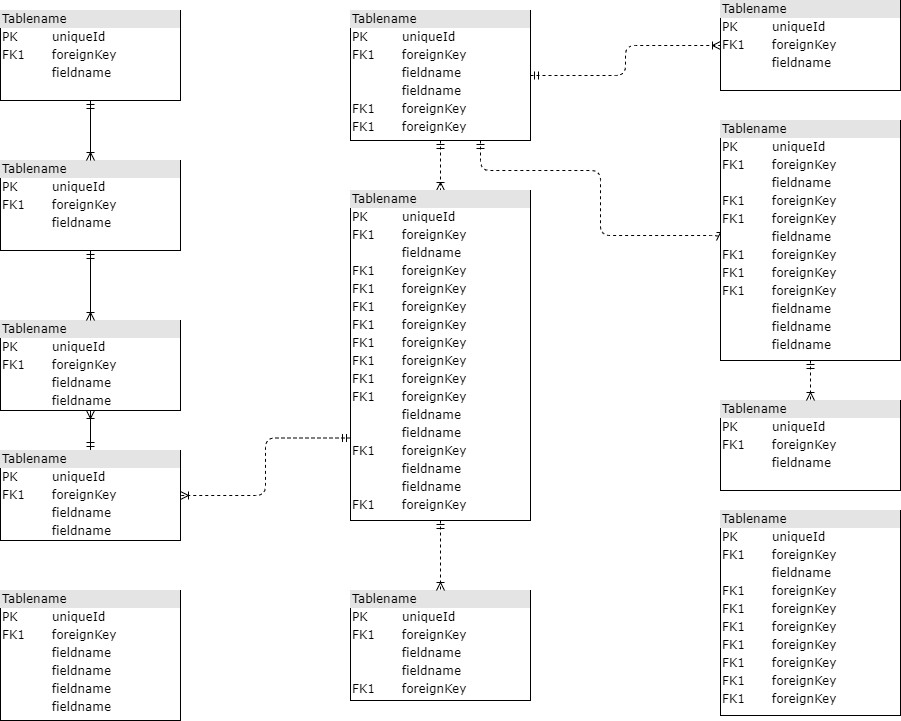
sheensantoscapadngan/auto-calendar keeps this draw.io diagram as db_schema.png. Above is the earlier version. Source tidied: cells renumbered, new cells last; positions are measured from the earlier drawing's top-left corner, leaving out a move shared by most shapes.
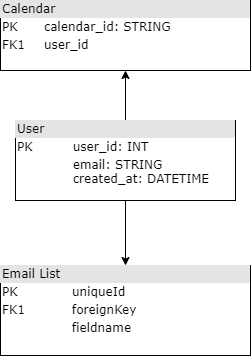
After the commit.

Diff of the diagram source:
```diff
@@ -2,74 +2,20 @@
   <root>
     <mxCell id="0" />
     <mxCell id="1" parent="0" />
-    <mxCell id="2" value="&lt;div style=&quot;box-sizing:border-box;width:100%;background:#e4e4e4;padding:2px;&quot;&gt;Tablename&lt;/div&gt;&lt;table style=&quot;width:100%;font-size:1em;&quot; cellpadding=&quot;2&quot; cellspacing=&quot;0&quot;&gt;&lt;tr&gt;&lt;td&gt;PK&lt;/td&gt;&lt;td&gt;uniqueId&lt;/td&gt;&lt;/tr&gt;&lt;tr&gt;&lt;td&gt;FK1&lt;/td&gt;&lt;td&gt;foreignKey&lt;/td&gt;&lt;/tr&gt;&lt;tr&gt;&lt;td&gt;&lt;/td&gt;&lt;td&gt;fieldname&lt;/td&gt;&lt;/tr&gt;&lt;/table&gt;" style="verticalAlign=top;align=left;overflow=fill;html=1;rounded=0;shadow=0;comic=0;labelBackgroundColor=none;strokeWidth=1;fontFamily=Verdana;fontSize=12;" parent="1" vertex="1">
-      <mxGeometry y="10" width="180" height="90" as="geometry" />
-    </mxCell>
-    <mxCell id="3" style="edgeStyle=orthogonalEdgeStyle;html=1;entryX=0.5;entryY=0;dashed=1;labelBackgroundColor=none;startArrow=ERmandOne;endArrow=ERoneToMany;fontFamily=Verdana;fontSize=12;align=left;" parent="1" edge="1" source="6" target="16">
-      <mxGeometry relative="1" as="geometry" />
-    </mxCell>
-    <mxCell id="4" style="edgeStyle=orthogonalEdgeStyle;html=1;dashed=1;labelBackgroundColor=none;startArrow=ERmandOne;endArrow=ERoneToMany;fontFamily=Verdana;fontSize=12;align=left;entryX=0;entryY=0.5;" parent="1" edge="1" source="6" target="19">
-      <mxGeometry relative="1" as="geometry">
-        <Array as="points">
-          <mxPoint x="480" y="170" />
-          <mxPoint x="600" y="170" />
-          <mxPoint x="600" y="235" />
-        </Array>
-      </mxGeometry>
-    </mxCell>
-    <mxCell id="5" style="edgeStyle=orthogonalEdgeStyle;html=1;dashed=1;labelBackgroundColor=none;startArrow=ERmandOne;endArrow=ERoneToMany;fontFamily=Verdana;fontSize=12;align=left;" parent="1" edge="1" source="6" target="20">
-      <mxGeometry relative="1" as="geometry" />
-    </mxCell>
-    <mxCell id="6" value="&lt;div style=&quot;box-sizing: border-box ; width: 100% ; background: #e4e4e4 ; padding: 2px&quot;&gt;Tablename&lt;/div&gt;&lt;table style=&quot;width: 100% ; font-size: 1em&quot; cellpadding=&quot;2&quot; cellspacing=&quot;0&quot;&gt;&lt;tbody&gt;&lt;tr&gt;&lt;td&gt;PK&lt;/td&gt;&lt;td&gt;uniqueId&lt;/td&gt;&lt;/tr&gt;&lt;tr&gt;&lt;td&gt;FK1&lt;/td&gt;&lt;td&gt;foreignKey&lt;/td&gt;&lt;/tr&gt;&lt;tr&gt;&lt;td&gt;&lt;/td&gt;&lt;td&gt;fieldname&lt;/td&gt;&lt;/tr&gt;&lt;tr&gt;&lt;td&gt;&lt;br&gt;&lt;/td&gt;&lt;td&gt;fieldname&lt;br&gt;&lt;/td&gt;&lt;/tr&gt;&lt;tr&gt;&lt;td&gt;FK1&lt;br&gt;&lt;/td&gt;&lt;td&gt;foreignKey&lt;br&gt;&lt;/td&gt;&lt;/tr&gt;&lt;tr&gt;&lt;td&gt;FK1&lt;br&gt;&lt;/td&gt;&lt;td&gt;foreignKey&lt;br&gt;&lt;/td&gt;&lt;/tr&gt;&lt;/tbody&gt;&lt;/table&gt;" style="verticalAlign=top;align=left;overflow=fill;html=1;rounded=0;shadow=0;comic=0;labelBackgroundColor=none;strokeWidth=1;fontFamily=Verdana;fontSize=12;" parent="1" vertex="1">
-      <mxGeometry x="350" y="10" width="180" height="130" as="geometry" />
-    </mxCell>
-    <mxCell id="7" style="edgeStyle=orthogonalEdgeStyle;html=1;labelBackgroundColor=none;startArrow=ERmandOne;endArrow=ERoneToMany;fontFamily=Verdana;fontSize=12;align=left;" parent="1" edge="1" source="9" target="10">
-      <mxGeometry relative="1" as="geometry" />
-    </mxCell>
-    <mxCell id="8" style="edgeStyle=orthogonalEdgeStyle;html=1;exitX=0;exitY=0.75;entryX=1;entryY=0.5;dashed=1;labelBackgroundColor=none;startArrow=ERmandOne;endArrow=ERoneToMany;fontFamily=Verdana;fontSize=12;align=left;" parent="1" edge="1" source="16" target="9">
-      <mxGeometry relative="1" as="geometry" />
-    </mxCell>
-    <mxCell id="9" value="&lt;div style=&quot;box-sizing: border-box ; width: 100% ; background: #e4e4e4 ; padding: 2px&quot;&gt;Tablename&lt;/div&gt;&lt;table style=&quot;width: 100% ; font-size: 1em&quot; cellpadding=&quot;2&quot; cellspacing=&quot;0&quot;&gt;&lt;tbody&gt;&lt;tr&gt;&lt;td&gt;PK&lt;/td&gt;&lt;td&gt;uniqueId&lt;/td&gt;&lt;/tr&gt;&lt;tr&gt;&lt;td&gt;FK1&lt;/td&gt;&lt;td&gt;foreignKey&lt;/td&gt;&lt;/tr&gt;&lt;tr&gt;&lt;td&gt;&lt;/td&gt;&lt;td&gt;fieldname&lt;/td&gt;&lt;/tr&gt;&lt;tr&gt;&lt;td&gt;&lt;br&gt;&lt;/td&gt;&lt;td&gt;fieldname&lt;br&gt;&lt;/td&gt;&lt;/tr&gt;&lt;/tbody&gt;&lt;/table&gt;" style="verticalAlign=top;align=left;overflow=fill;html=1;rounded=0;shadow=0;comic=0;labelBackgroundColor=none;strokeWidth=1;fontFamily=Verdana;fontSize=12;" parent="1" vertex="1">
-      <mxGeometry y="450" width="180" height="90" as="geometry" />
-    </mxCell>
-    <mxCell id="10" value="&lt;div style=&quot;box-sizing: border-box ; width: 100% ; background: #e4e4e4 ; padding: 2px&quot;&gt;Tablename&lt;/div&gt;&lt;table style=&quot;width: 100% ; font-size: 1em&quot; cellpadding=&quot;2&quot; cellspacing=&quot;0&quot;&gt;&lt;tbody&gt;&lt;tr&gt;&lt;td&gt;PK&lt;/td&gt;&lt;td&gt;uniqueId&lt;/td&gt;&lt;/tr&gt;&lt;tr&gt;&lt;td&gt;FK1&lt;/td&gt;&lt;td&gt;foreignKey&lt;/td&gt;&lt;/tr&gt;&lt;tr&gt;&lt;td&gt;&lt;/td&gt;&lt;td&gt;fieldname&lt;/td&gt;&lt;/tr&gt;&lt;tr&gt;&lt;td&gt;&lt;br&gt;&lt;/td&gt;&lt;td&gt;fieldname&lt;br&gt;&lt;/td&gt;&lt;/tr&gt;&lt;/tbody&gt;&lt;/table&gt;" style="verticalAlign=top;align=left;overflow=fill;html=1;rounded=0;shadow=0;comic=0;labelBackgroundColor=none;strokeWidth=1;fontFamily=Verdana;fontSize=12;" parent="1" vertex="1">
-      <mxGeometry y="320" width="180" height="90" as="geometry" />
-    </mxCell>
-    <mxCell id="11" style="edgeStyle=orthogonalEdgeStyle;html=1;entryX=0.5;entryY=0;labelBackgroundColor=none;startArrow=ERmandOne;endArrow=ERoneToMany;fontFamily=Verdana;fontSize=12;align=left;" parent="1" edge="1" source="12" target="10">
-      <mxGeometry relative="1" as="geometry" />
-    </mxCell>
-    <mxCell id="12" value="&lt;div style=&quot;box-sizing:border-box;width:100%;background:#e4e4e4;padding:2px;&quot;&gt;Tablename&lt;/div&gt;&lt;table style=&quot;width:100%;font-size:1em;&quot; cellpadding=&quot;2&quot; cellspacing=&quot;0&quot;&gt;&lt;tr&gt;&lt;td&gt;PK&lt;/td&gt;&lt;td&gt;uniqueId&lt;/td&gt;&lt;/tr&gt;&lt;tr&gt;&lt;td&gt;FK1&lt;/td&gt;&lt;td&gt;foreignKey&lt;/td&gt;&lt;/tr&gt;&lt;tr&gt;&lt;td&gt;&lt;/td&gt;&lt;td&gt;fieldname&lt;/td&gt;&lt;/tr&gt;&lt;/table&gt;" style="verticalAlign=top;align=left;overflow=fill;html=1;rounded=0;shadow=0;comic=0;labelBackgroundColor=none;strokeWidth=1;fontFamily=Verdana;fontSize=12;" parent="1" vertex="1">
-      <mxGeometry y="160" width="180" height="90" as="geometry" />
-    </mxCell>
-    <mxCell id="13" value="&lt;div style=&quot;box-sizing: border-box ; width: 100% ; background: #e4e4e4 ; padding: 2px&quot;&gt;Tablename&lt;/div&gt;&lt;table style=&quot;width: 100% ; font-size: 1em&quot; cellpadding=&quot;2&quot; cellspacing=&quot;0&quot;&gt;&lt;tbody&gt;&lt;tr&gt;&lt;td&gt;PK&lt;/td&gt;&lt;td&gt;uniqueId&lt;/td&gt;&lt;/tr&gt;&lt;tr&gt;&lt;td&gt;FK1&lt;/td&gt;&lt;td&gt;foreignKey&lt;/td&gt;&lt;/tr&gt;&lt;tr&gt;&lt;td&gt;&lt;/td&gt;&lt;td&gt;fieldname&lt;/td&gt;&lt;/tr&gt;&lt;tr&gt;&lt;td&gt;FK1&lt;br&gt;&lt;/td&gt;&lt;td&gt;foreignKey&lt;br&gt;&lt;/td&gt;&lt;/tr&gt;&lt;tr&gt;&lt;td&gt;FK1&lt;br&gt;&lt;/td&gt;&lt;td&gt;foreignKey&lt;br&gt;&lt;/td&gt;&lt;/tr&gt;&lt;tr&gt;&lt;td&gt;FK1&lt;br&gt;&lt;/td&gt;&lt;td&gt;foreignKey&lt;br&gt;&lt;/td&gt;&lt;/tr&gt;&lt;tr&gt;&lt;td&gt;FK1&lt;br&gt;&lt;/td&gt;&lt;td&gt;foreignKey&lt;br&gt;&lt;/td&gt;&lt;/tr&gt;&lt;tr&gt;&lt;td&gt;FK1&lt;br&gt;&lt;/td&gt;&lt;td&gt;foreignKey&lt;br&gt;&lt;/td&gt;&lt;/tr&gt;&lt;tr&gt;&lt;td&gt;FK1&lt;br&gt;&lt;/td&gt;&lt;td&gt;foreignKey&lt;br&gt;&lt;/td&gt;&lt;/tr&gt;&lt;tr&gt;&lt;td&gt;FK1&lt;br&gt;&lt;/td&gt;&lt;td&gt;foreignKey&lt;br&gt;&lt;/td&gt;&lt;/tr&gt;&lt;/tbody&gt;&lt;/table&gt;" style="verticalAlign=top;align=left;overflow=fill;html=1;rounded=0;shadow=0;comic=0;labelBackgroundColor=none;strokeWidth=1;fontFamily=Verdana;fontSize=12;" parent="1" vertex="1">
-      <mxGeometry x="720" y="510" width="180" height="205" as="geometry" />
-    </mxCell>
-    <mxCell id="14" value="&lt;div style=&quot;box-sizing: border-box ; width: 100% ; background: #e4e4e4 ; padding: 2px&quot;&gt;Tablename&lt;/div&gt;&lt;table style=&quot;width: 100% ; font-size: 1em&quot; cellpadding=&quot;2&quot; cellspacing=&quot;0&quot;&gt;&lt;tbody&gt;&lt;tr&gt;&lt;td&gt;PK&lt;/td&gt;&lt;td&gt;uniqueId&lt;/td&gt;&lt;/tr&gt;&lt;tr&gt;&lt;td&gt;FK1&lt;/td&gt;&lt;td&gt;foreignKey&lt;/td&gt;&lt;/tr&gt;&lt;tr&gt;&lt;td&gt;&lt;/td&gt;&lt;td&gt;fieldname&lt;/td&gt;&lt;/tr&gt;&lt;tr&gt;&lt;td&gt;&lt;br&gt;&lt;/td&gt;&lt;td&gt;fieldname&lt;br&gt;&lt;/td&gt;&lt;/tr&gt;&lt;tr&gt;&lt;td&gt;FK1&lt;br&gt;&lt;/td&gt;&lt;td&gt;foreignKey&lt;br&gt;&lt;/td&gt;&lt;/tr&gt;&lt;/tbody&gt;&lt;/table&gt;" style="verticalAlign=top;align=left;overflow=fill;html=1;rounded=0;shadow=0;comic=0;labelBackgroundColor=none;strokeWidth=1;fontFamily=Verdana;fontSize=12;" parent="1" vertex="1">
-      <mxGeometry x="350" y="590" width="180" height="110" as="geometry" />
-    </mxCell>
-    <mxCell id="15" style="edgeStyle=orthogonalEdgeStyle;html=1;entryX=0.5;entryY=0;labelBackgroundColor=none;startArrow=ERmandOne;endArrow=ERoneToMany;fontFamily=Verdana;fontSize=12;align=left;dashed=1;" parent="1" edge="1" source="16" target="14">
-      <mxGeometry relative="1" as="geometry" />
-    </mxCell>
+    <mxCell id="23" style="edgeStyle=orthogonalEdgeStyle;rounded=0;jettySize=auto;html=1;entryX=0.5;entryY=1;entryDx=0;entryDy=0;" parent="1" edge="1" source="16" target="19">
+      <mxGeometry relative="1" as="geometry" />
+    </mxCell>
+    <mxCell id="24" style="edgeStyle=orthogonalEdgeStyle;rounded=0;jettySize=auto;html=1;" parent="1" edge="1" source="16" target="20">
+      <mxGeometry relative="1" as="geometry" />
+    </mxCell>
-    <mxCell id="16" value="&lt;div style=&quot;box-sizing: border-box ; width: 100% ; background: #e4e4e4 ; padding: 2px&quot;&gt;Tablename&lt;/div&gt;&lt;table style=&quot;width: 100% ; font-size: 1em&quot; cellpadding=&quot;2&quot; cellspacing=&quot;0&quot;&gt;&lt;tbody&gt;&lt;tr&gt;&lt;td&gt;PK&lt;/td&gt;&lt;td&gt;uniqueId&lt;/td&gt;&lt;/tr&gt;&lt;tr&gt;&lt;td&gt;FK1&lt;/td&gt;&lt;td&gt;foreignKey&lt;/td&gt;&lt;/tr&gt;&lt;tr&gt;&lt;td&gt;&lt;/td&gt;&lt;td&gt;fieldname&lt;/td&gt;&lt;/tr&gt;&lt;tr&gt;&lt;td&gt;FK1&lt;br&gt;&lt;/td&gt;&lt;td&gt;foreignKey&lt;br&gt;&lt;/td&gt;&lt;/tr&gt;&lt;tr&gt;&lt;td&gt;FK1&lt;br&gt;&lt;/td&gt;&lt;td&gt;foreignKey&lt;br&gt;&lt;/td&gt;&lt;/tr&gt;&lt;tr&gt;&lt;td&gt;FK1&lt;br&gt;&lt;/td&gt;&lt;td&gt;foreignKey&lt;br&gt;&lt;/td&gt;&lt;/tr&gt;&lt;tr&gt;&lt;td&gt;FK1&lt;br&gt;&lt;/td&gt;&lt;td&gt;foreignKey&lt;br&gt;&lt;/td&gt;&lt;/tr&gt;&lt;tr&gt;&lt;td&gt;FK1&lt;br&gt;&lt;/td&gt;&lt;td&gt;foreignKey&lt;br&gt;&lt;/td&gt;&lt;/tr&gt;&lt;tr&gt;&lt;td&gt;FK1&lt;br&gt;&lt;/td&gt;&lt;td&gt;foreignKey&lt;br&gt;&lt;/td&gt;&lt;/tr&gt;&lt;tr&gt;&lt;td&gt;FK1&lt;br&gt;&lt;/td&gt;&lt;td&gt;foreignKey&lt;br&gt;&lt;/td&gt;&lt;/tr&gt;&lt;tr&gt;&lt;td&gt;FK1&lt;br&gt;&lt;/td&gt;&lt;td&gt;foreignKey&lt;br&gt;&lt;/td&gt;&lt;/tr&gt;&lt;tr&gt;&lt;td&gt;&lt;br&gt;&lt;/td&gt;&lt;td&gt;fieldname&lt;br&gt;&lt;/td&gt;&lt;/tr&gt;&lt;tr&gt;&lt;td&gt;&lt;br&gt;&lt;/td&gt;&lt;td&gt;fieldname&lt;br&gt;&lt;/td&gt;&lt;/tr&gt;&lt;tr&gt;&lt;td&gt;FK1&lt;br&gt;&lt;/td&gt;&lt;td&gt;foreignKey&lt;br&gt;&lt;/td&gt;&lt;/tr&gt;&lt;tr&gt;&lt;td&gt;&lt;br&gt;&lt;/td&gt;&lt;td&gt;fieldname&lt;br&gt;&lt;/td&gt;&lt;/tr&gt;&lt;tr&gt;&lt;td&gt;&lt;br&gt;&lt;/td&gt;&lt;td&gt;fieldname&lt;br&gt;&lt;/td&gt;&lt;/tr&gt;&lt;tr&gt;&lt;td&gt;FK1&lt;br&gt;&lt;/td&gt;&lt;td&gt;foreignKey&lt;br&gt;&lt;/td&gt;&lt;/tr&gt;&lt;/tbody&gt;&lt;/table&gt;" style="verticalAlign=top;align=left;overflow=fill;html=1;rounded=0;shadow=0;comic=0;labelBackgroundColor=none;strokeWidth=1;fontFamily=Verdana;fontSize=12;" parent="1" vertex="1">
-      <mxGeometry x="350" y="190" width="180" height="330" as="geometry" />
+    <mxCell id="16" value="&lt;div style=&quot;box-sizing: border-box ; width: 100% ; background: #e4e4e4 ; padding: 2px&quot;&gt;User&lt;/div&gt;&lt;table style=&quot;width: 100% ; font-size: 1em&quot; cellpadding=&quot;2&quot; cellspacing=&quot;0&quot;&gt;&lt;tbody&gt;&lt;tr&gt;&lt;td&gt;PK&lt;/td&gt;&lt;td&gt;&lt;span style=&quot;white-space: pre&quot;&gt;&#9;&lt;/span&gt;user_id: INT&lt;/td&gt;&lt;/tr&gt;&lt;tr&gt;&lt;td&gt;&lt;br&gt;&lt;/td&gt;&lt;td&gt;&lt;span style=&quot;white-space: pre&quot;&gt;&#9;&lt;/span&gt;email: STRING&lt;br&gt;&lt;span style=&quot;white-space: pre&quot;&gt;&#9;&lt;/span&gt;created_at: DATETIME&lt;br&gt;&lt;span style=&quot;white-space: pre&quot;&gt;&lt;span style=&quot;white-space: pre&quot;&gt;&lt;span style=&quot;white-space: pre&quot;&gt;&lt;span style=&quot;white-space: pre&quot;&gt;&#9;&lt;/span&gt;&#9;&lt;/span&gt;&lt;br&gt;&lt;span style=&quot;white-space: pre&quot;&gt;&#9;&lt;/span&gt;&#9;&lt;/span&gt;&lt;/span&gt;&amp;nbsp;&amp;nbsp;&lt;span style=&quot;white-space: pre&quot;&gt;&#9;&lt;/span&gt;&lt;br&gt;&lt;br&gt;&lt;/td&gt;&lt;/tr&gt;&lt;/tbody&gt;&lt;/table&gt;" style="verticalAlign=top;align=left;overflow=fill;html=1;rounded=0;shadow=0;comic=0;labelBackgroundColor=none;strokeWidth=1;fontFamily=Verdana;fontSize=12;" parent="1" vertex="1">
+      <mxGeometry x="330" y="310" width="220" height="80" as="geometry" />
     </mxCell>
-    <mxCell id="17" value="&lt;div style=&quot;box-sizing:border-box;width:100%;background:#e4e4e4;padding:2px;&quot;&gt;Tablename&lt;/div&gt;&lt;table style=&quot;width:100%;font-size:1em;&quot; cellpadding=&quot;2&quot; cellspacing=&quot;0&quot;&gt;&lt;tr&gt;&lt;td&gt;PK&lt;/td&gt;&lt;td&gt;uniqueId&lt;/td&gt;&lt;/tr&gt;&lt;tr&gt;&lt;td&gt;FK1&lt;/td&gt;&lt;td&gt;foreignKey&lt;/td&gt;&lt;/tr&gt;&lt;tr&gt;&lt;td&gt;&lt;/td&gt;&lt;td&gt;fieldname&lt;/td&gt;&lt;/tr&gt;&lt;/table&gt;" style="verticalAlign=top;align=left;overflow=fill;html=1;rounded=0;shadow=0;comic=0;labelBackgroundColor=none;strokeWidth=1;fontFamily=Verdana;fontSize=12;" parent="1" vertex="1">
-      <mxGeometry x="720" y="400" width="180" height="90" as="geometry" />
-    </mxCell>
-    <mxCell id="18" style="edgeStyle=orthogonalEdgeStyle;html=1;entryX=0.5;entryY=0;dashed=1;labelBackgroundColor=none;startArrow=ERmandOne;endArrow=ERoneToMany;fontFamily=Verdana;fontSize=12;align=left;" parent="1" edge="1" source="19" target="17">
-      <mxGeometry relative="1" as="geometry" />
-    </mxCell>
-    <mxCell id="19" value="&lt;div style=&quot;box-sizing: border-box ; width: 100% ; background: #e4e4e4 ; padding: 2px&quot;&gt;Tablename&lt;/div&gt;&lt;table style=&quot;width: 100% ; font-size: 1em&quot; cellpadding=&quot;2&quot; cellspacing=&quot;0&quot;&gt;&lt;tbody&gt;&lt;tr&gt;&lt;td&gt;PK&lt;/td&gt;&lt;td&gt;uniqueId&lt;/td&gt;&lt;/tr&gt;&lt;tr&gt;&lt;td&gt;FK1&lt;/td&gt;&lt;td&gt;foreignKey&lt;/td&gt;&lt;/tr&gt;&lt;tr&gt;&lt;td&gt;&lt;/td&gt;&lt;td&gt;fieldname&lt;/td&gt;&lt;/tr&gt;&lt;tr&gt;&lt;td&gt;FK1&lt;br&gt;&lt;/td&gt;&lt;td&gt;foreignKey&lt;br&gt;&lt;/td&gt;&lt;/tr&gt;&lt;tr&gt;&lt;td&gt;FK1&lt;br&gt;&lt;/td&gt;&lt;td&gt;foreignKey&lt;br&gt;&lt;/td&gt;&lt;/tr&gt;&lt;tr&gt;&lt;td&gt;&lt;br&gt;&lt;/td&gt;&lt;td&gt;fieldname&lt;br&gt;&lt;/td&gt;&lt;/tr&gt;&lt;tr&gt;&lt;td&gt;FK1&lt;br&gt;&lt;/td&gt;&lt;td&gt;foreignKey&lt;br&gt;&lt;/td&gt;&lt;/tr&gt;&lt;tr&gt;&lt;td&gt;FK1&lt;br&gt;&lt;/td&gt;&lt;td&gt;foreignKey&lt;br&gt;&lt;/td&gt;&lt;/tr&gt;&lt;tr&gt;&lt;td&gt;FK1&lt;br&gt;&lt;/td&gt;&lt;td&gt;foreignKey&lt;br&gt;&lt;/td&gt;&lt;/tr&gt;&lt;tr&gt;&lt;td&gt;&lt;br&gt;&lt;/td&gt;&lt;td&gt;fieldname&lt;br&gt;&lt;/td&gt;&lt;/tr&gt;&lt;tr&gt;&lt;td&gt;&lt;br&gt;&lt;/td&gt;&lt;td&gt;fieldname&lt;br&gt;&lt;/td&gt;&lt;/tr&gt;&lt;tr&gt;&lt;td&gt;&lt;br&gt;&lt;/td&gt;&lt;td&gt;fieldname&lt;br&gt;&lt;/td&gt;&lt;/tr&gt;&lt;/tbody&gt;&lt;/table&gt;" style="verticalAlign=top;align=left;overflow=fill;html=1;rounded=0;shadow=0;comic=0;labelBackgroundColor=none;strokeWidth=1;fontFamily=Verdana;fontSize=12;" parent="1" vertex="1">
-      <mxGeometry x="720" y="120" width="180" height="240" as="geometry" />
+    <mxCell id="19" value="&lt;div style=&quot;box-sizing: border-box ; width: 100% ; background: #e4e4e4 ; padding: 2px&quot;&gt;Calendar&lt;/div&gt;&lt;table style=&quot;width: 100% ; font-size: 1em&quot; cellpadding=&quot;2&quot; cellspacing=&quot;0&quot;&gt;&lt;tbody&gt;&lt;tr&gt;&lt;td&gt;PK&lt;/td&gt;&lt;td&gt;calendar_id: STRING&lt;/td&gt;&lt;/tr&gt;&lt;tr&gt;&lt;td&gt;FK1&lt;/td&gt;&lt;td&gt;user_id&lt;/td&gt;&lt;/tr&gt;&lt;tr&gt;&lt;td&gt;&lt;/td&gt;&lt;td&gt;&lt;/td&gt;&lt;/tr&gt;&lt;/tbody&gt;&lt;/table&gt;" style="verticalAlign=top;align=left;overflow=fill;html=1;rounded=0;shadow=0;comic=0;labelBackgroundColor=none;strokeWidth=1;fontFamily=Verdana;fontSize=12;" parent="1" vertex="1">
+      <mxGeometry x="315" y="190" width="250" height="70" as="geometry" />
     </mxCell>
-    <mxCell id="20" value="&lt;div style=&quot;box-sizing:border-box;width:100%;background:#e4e4e4;padding:2px;&quot;&gt;Tablename&lt;/div&gt;&lt;table style=&quot;width:100%;font-size:1em;&quot; cellpadding=&quot;2&quot; cellspacing=&quot;0&quot;&gt;&lt;tr&gt;&lt;td&gt;PK&lt;/td&gt;&lt;td&gt;uniqueId&lt;/td&gt;&lt;/tr&gt;&lt;tr&gt;&lt;td&gt;FK1&lt;/td&gt;&lt;td&gt;foreignKey&lt;/td&gt;&lt;/tr&gt;&lt;tr&gt;&lt;td&gt;&lt;/td&gt;&lt;td&gt;fieldname&lt;/td&gt;&lt;/tr&gt;&lt;/table&gt;" style="verticalAlign=top;align=left;overflow=fill;html=1;rounded=0;shadow=0;comic=0;labelBackgroundColor=none;strokeWidth=1;fontFamily=Verdana;fontSize=12;" parent="1" vertex="1">
-      <mxGeometry x="720" width="180" height="90" as="geometry" />
+    <mxCell id="20" value="&lt;div style=&quot;box-sizing: border-box ; width: 100% ; background: #e4e4e4 ; padding: 2px&quot;&gt;Email List&lt;/div&gt;&lt;table style=&quot;width: 100% ; font-size: 1em&quot; cellpadding=&quot;2&quot; cellspacing=&quot;0&quot;&gt;&lt;tbody&gt;&lt;tr&gt;&lt;td&gt;PK&lt;/td&gt;&lt;td&gt;uniqueId&lt;/td&gt;&lt;/tr&gt;&lt;tr&gt;&lt;td&gt;FK1&lt;/td&gt;&lt;td&gt;foreignKey&lt;/td&gt;&lt;/tr&gt;&lt;tr&gt;&lt;td&gt;&lt;/td&gt;&lt;td&gt;fieldname&lt;/td&gt;&lt;/tr&gt;&lt;/tbody&gt;&lt;/table&gt;" style="verticalAlign=top;align=left;overflow=fill;html=1;rounded=0;shadow=0;comic=0;labelBackgroundColor=none;strokeWidth=1;fontFamily=Verdana;fontSize=12;" parent="1" vertex="1">
+      <mxGeometry x="315" y="455" width="250" height="90" as="geometry" />
     </mxCell>
-    <mxCell id="21" value="&lt;div style=&quot;box-sizing: border-box ; width: 100% ; background: #e4e4e4 ; padding: 2px&quot;&gt;Tablename&lt;/div&gt;&lt;table style=&quot;width: 100% ; font-size: 1em&quot; cellpadding=&quot;2&quot; cellspacing=&quot;0&quot;&gt;&lt;tbody&gt;&lt;tr&gt;&lt;td&gt;PK&lt;/td&gt;&lt;td&gt;uniqueId&lt;/td&gt;&lt;/tr&gt;&lt;tr&gt;&lt;td&gt;FK1&lt;/td&gt;&lt;td&gt;foreignKey&lt;/td&gt;&lt;/tr&gt;&lt;tr&gt;&lt;td&gt;&lt;/td&gt;&lt;td&gt;fieldname&lt;/td&gt;&lt;/tr&gt;&lt;tr&gt;&lt;td&gt;&lt;br&gt;&lt;/td&gt;&lt;td&gt;fieldname&lt;br&gt;&lt;/td&gt;&lt;/tr&gt;&lt;tr&gt;&lt;td&gt;&lt;br&gt;&lt;/td&gt;&lt;td&gt;fieldname&lt;br&gt;&lt;/td&gt;&lt;/tr&gt;&lt;tr&gt;&lt;td&gt;&lt;br&gt;&lt;/td&gt;&lt;td&gt;fieldname&lt;br&gt;&lt;/td&gt;&lt;/tr&gt;&lt;/tbody&gt;&lt;/table&gt;" style="verticalAlign=top;align=left;overflow=fill;html=1;rounded=0;shadow=0;comic=0;labelBackgroundColor=none;strokeWidth=1;fontFamily=Verdana;fontSize=12;" parent="1" vertex="1">
-      <mxGeometry y="590" width="180" height="130" as="geometry" />
-    </mxCell>
-    <mxCell id="22" style="edgeStyle=orthogonalEdgeStyle;html=1;endArrow=ERoneToMany;startArrow=ERmandOne;labelBackgroundColor=none;fontFamily=Verdana;fontSize=12;align=left;exitX=0.5;exitY=1;entryX=0.5;entryY=0;" parent="1" edge="1" source="2" target="12">
-      <mxGeometry relative="1" as="geometry" />
-    </mxCell>
   </root>
 </mxGraphModel>
```
